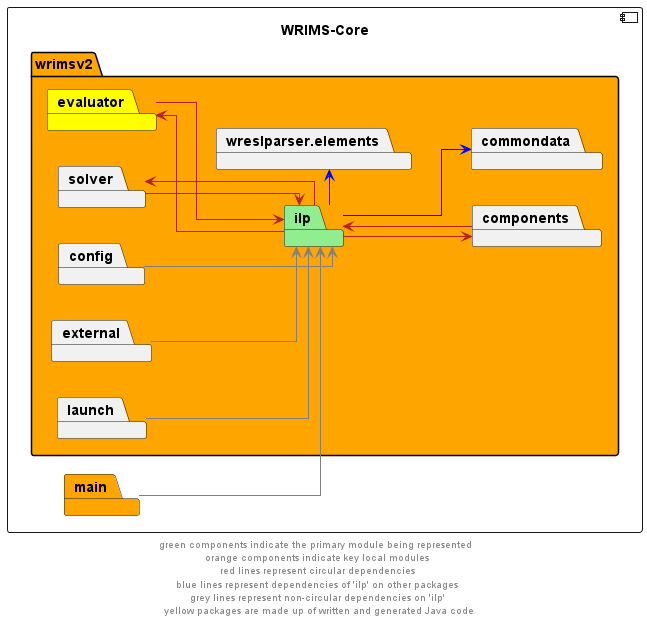
Earlier version of the PlantUML export docs/diagrams/wrims-core/wrims-core_ilp.png (CentralValleyModeling/wrims-engine).
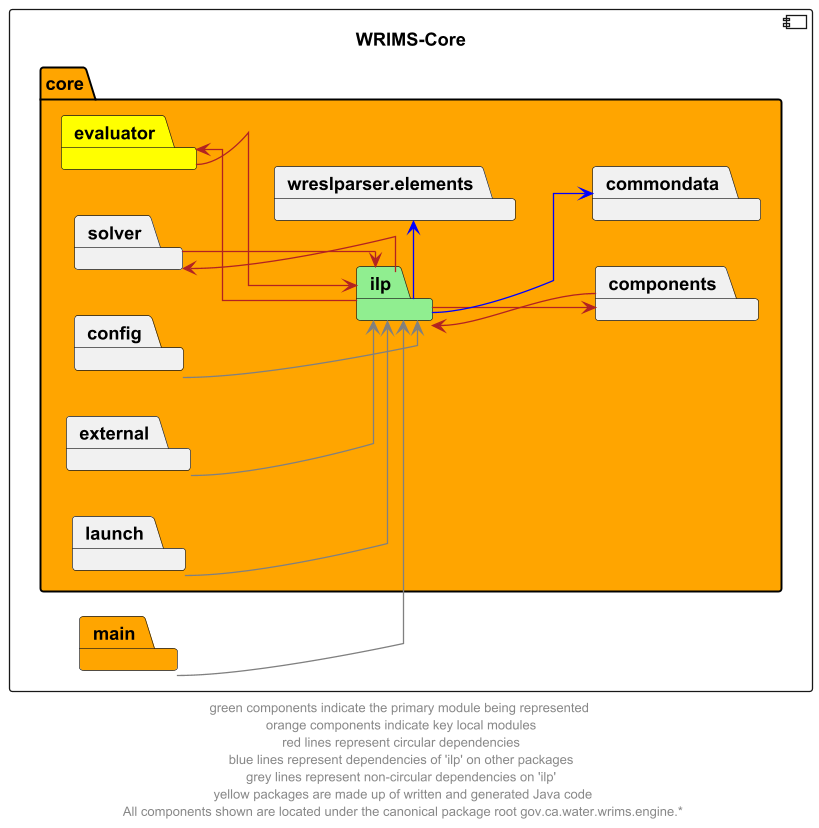
After the commit.

What changed in the source:
```diff
@@ -3,7 +3,7 @@
 skinparam linetype ortho
 
 component wrims_core as "WRIMS-Core" {
-    package wrimsv2 #orange {
+    package core #orange {
         package ilp #lightgreen
         package commondata
         package components
@@ -35,5 +35,5 @@
 main --> ilp #grey
 
 
-footer "green components indicate the primary module being represented \n orange components indicate key local modules \n red lines represent circular dependencies \n blue lines represent dependencies of 'ilp' on other packages \n grey lines represent non-circular dependencies on 'ilp' \n yellow packages are made up of written and generated Java code"
+footer "green components indicate the primary module being represented \n orange components indicate key local modules \n red lines represent circular dependencies \n blue lines represent dependencies of 'ilp' on other packages \n grey lines represent non-circular dependencies on 'ilp' \n yellow packages are made up of written and generated Java code\n All components shown are located under the canonical package root gov.ca.water.wrims.engine.*"
 @enduml
```
